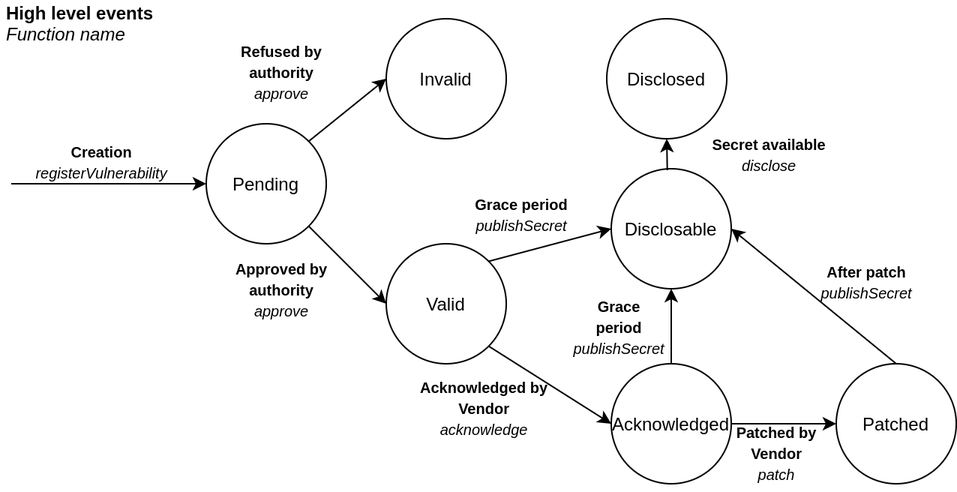
SOFIE-project/ARD-Implementation keeps this draw.io diagram as images/StateMachine.png. Above is the earlier version. Source tidied: cells renumbered, new cells last; positions are measured from the earlier drawing's top-left corner, leaving out a move shared by most shapes. The source it was exported from:
```xml
<mxGraphModel>
  <root>
    <mxCell id="0" />
    <mxCell id="1" parent="0" />
    <mxCell id="2" value="Pending" style="ellipse;whiteSpace=wrap;html=1;" parent="1" vertex="1">
      <mxGeometry x="135" y="82" width="80" height="80" as="geometry" />
    </mxCell>
    <mxCell id="3" value="Invalid" style="ellipse;whiteSpace=wrap;html=1;" parent="1" vertex="1">
      <mxGeometry x="255" y="12" width="80" height="80" as="geometry" />
    </mxCell>
    <mxCell id="4" value="Valid" style="ellipse;whiteSpace=wrap;html=1;" parent="1" vertex="1">
      <mxGeometry x="255" y="162" width="80" height="80" as="geometry" />
    </mxCell>
    <mxCell id="5" value="Acknowledged" style="ellipse;whiteSpace=wrap;html=1;" parent="1" vertex="1">
      <mxGeometry x="405" y="242" width="80" height="80" as="geometry" />
    </mxCell>
    <mxCell id="6" value="Patched" style="ellipse;whiteSpace=wrap;html=1;" parent="1" vertex="1">
      <mxGeometry x="555" y="242" width="80" height="80" as="geometry" />
    </mxCell>
    <mxCell id="7" value="Disclosable" style="ellipse;whiteSpace=wrap;html=1;" parent="1" vertex="1">
      <mxGeometry x="405" y="112" width="80" height="80" as="geometry" />
    </mxCell>
    <mxCell id="8" style="endArrow=classic;html=1;exitX=1;exitY=0;exitDx=0;exitDy=0;entryX=0;entryY=0.5;entryDx=0;entryDy=0;" parent="1" edge="1" source="2" target="3">
      <mxGeometry relative="1" as="geometry" />
    </mxCell>
    <mxCell id="9" style="endArrow=classic;html=1;exitX=1;exitY=1;exitDx=0;exitDy=0;entryX=0;entryY=0.5;entryDx=0;entryDy=0;" parent="1" edge="1" source="2" target="4">
      <mxGeometry relative="1" as="geometry" />
    </mxCell>
    <mxCell id="10" style="endArrow=classic;html=1;entryX=0;entryY=0.5;entryDx=0;entryDy=0;" parent="1" edge="1" target="2">
      <mxGeometry relative="1" as="geometry">
        <mxPoint x="5" y="122" as="sourcePoint" />
      </mxGeometry>
    </mxCell>
    <mxCell id="11" style="endArrow=classic;html=1;exitX=1;exitY=0;exitDx=0;exitDy=0;entryX=0;entryY=0.5;entryDx=0;entryDy=0;" parent="1" edge="1" source="4" target="7">
      <mxGeometry relative="1" as="geometry" />
    </mxCell>
    <mxCell id="12" style="endArrow=classic;html=1;exitX=1;exitY=1;exitDx=0;exitDy=0;entryX=0;entryY=0.5;entryDx=0;entryDy=0;" parent="1" edge="1" source="4" target="5">
      <mxGeometry relative="1" as="geometry" />
    </mxCell>
    <mxCell id="13" style="endArrow=classic;html=1;exitX=1;exitY=0.5;exitDx=0;exitDy=0;entryX=0;entryY=0.5;entryDx=0;entryDy=0;" parent="1" edge="1" source="5" target="6">
      <mxGeometry relative="1" as="geometry" />
    </mxCell>
    <mxCell id="14" style="endArrow=classic;html=1;exitX=0.5;exitY=0;exitDx=0;exitDy=0;entryX=0.5;entryY=1;entryDx=0;entryDy=0;" parent="1" edge="1" source="5" target="7">
      <mxGeometry relative="1" as="geometry" />
    </mxCell>
    <mxCell id="15" style="endArrow=classic;html=1;exitX=0.5;exitY=0;exitDx=0;exitDy=0;entryX=1;entryY=0.5;entryDx=0;entryDy=0;" parent="1" edge="1" source="6" target="7">
      <mxGeometry relative="1" as="geometry" />
    </mxCell>
    <mxCell id="16" value="&lt;font style=&quot;font-size: 10px&quot;&gt;&lt;b&gt;Creation&lt;/b&gt;&lt;br&gt;&lt;i&gt;registerVulnerability&lt;/i&gt;&lt;/font&gt;" style="text;html=1;align=center;verticalAlign=middle;" parent="1" vertex="1">
      <mxGeometry x="15" y="87" width="100" height="40" as="geometry" />
    </mxCell>
    <mxCell id="17" value="&lt;font style=&quot;font-size: 10px&quot;&gt;&lt;b&gt;Refused by&lt;br&gt;authority&lt;/b&gt;&lt;br&gt;&lt;i&gt;approve&lt;/i&gt;&lt;/font&gt;" style="text;html=1;align=center;verticalAlign=middle;" parent="1" vertex="1">
      <mxGeometry x="150" y="22" width="70" height="50" as="geometry" />
    </mxCell>
    <mxCell id="18" value="&lt;font style=&quot;font-size: 10px&quot;&gt;&lt;b&gt;Approved by&lt;br&gt;authority&lt;/b&gt;&lt;br&gt;&lt;i&gt;approve&lt;/i&gt;&lt;/font&gt;" style="text;html=1;align=center;verticalAlign=middle;" parent="1" vertex="1">
      <mxGeometry x="145" y="167" width="80" height="50" as="geometry" />
    </mxCell>
    <mxCell id="19" value="&lt;font style=&quot;font-size: 10px&quot;&gt;&lt;b&gt;Acknowledged by&lt;br&gt;Vendor&lt;/b&gt;&lt;br&gt;&lt;i&gt;acknowledge&lt;/i&gt;&lt;/font&gt;" style="text;html=1;align=center;verticalAlign=middle;" parent="1" vertex="1">
      <mxGeometry x="270" y="246" width="100" height="50" as="geometry" />
    </mxCell>
    <mxCell id="20" value="&lt;font style=&quot;font-size: 10px&quot;&gt;&lt;b&gt;Patched by&lt;br&gt;Vendor&lt;/b&gt;&lt;/font&gt;&lt;br&gt;&lt;i&gt;&lt;span style=&quot;font-size: 10px&quot;&gt;patch&lt;/span&gt;&lt;/i&gt;" style="text;html=1;align=center;verticalAlign=middle;" parent="1" vertex="1">
      <mxGeometry x="480" y="276" width="70" height="50" as="geometry" />
    </mxCell>
    <mxCell id="21" value="&lt;font&gt;&lt;b style=&quot;font-size: 10px&quot;&gt;Grace period&lt;/b&gt;&lt;br&gt;&lt;span style=&quot;font-size: 10px&quot;&gt;&lt;i&gt;publishSecret&lt;/i&gt;&lt;/span&gt;&lt;br&gt;&lt;/font&gt;" style="text;html=1;align=center;verticalAlign=middle;" parent="1" vertex="1">
      <mxGeometry x="305" y="122" width="80" height="40" as="geometry" />
    </mxCell>
    <mxCell id="22" value="&lt;font&gt;&lt;b style=&quot;font-size: 10px&quot;&gt;Grace&lt;br&gt;period&lt;/b&gt;&lt;br&gt;&lt;span style=&quot;font-size: 10px&quot;&gt;&lt;i&gt;publishSecret&lt;/i&gt;&lt;/span&gt;&lt;br&gt;&lt;/font&gt;" style="text;html=1;align=center;verticalAlign=middle;" parent="1" vertex="1">
      <mxGeometry x="370" y="192" width="80" height="50" as="geometry" />
    </mxCell>
    <mxCell id="23" value="&lt;font&gt;&lt;b style=&quot;font-size: 10px&quot;&gt;After patch&lt;/b&gt;&lt;br&gt;&lt;span style=&quot;font-size: 10px&quot;&gt;&lt;i&gt;publishSecret&lt;/i&gt;&lt;/span&gt;&lt;br&gt;&lt;/font&gt;" style="text;html=1;align=center;verticalAlign=middle;" parent="1" vertex="1">
      <mxGeometry x="535" y="167" width="80" height="40" as="geometry" />
    </mxCell>
    <mxCell id="24" value="&lt;b&gt;High level events&lt;/b&gt;&lt;br&gt;&lt;i&gt;Function name&lt;/i&gt;" style="text;html=1;align=left;verticalAlign=middle;" parent="1" vertex="1">
      <mxGeometry width="110" height="30" as="geometry" />
    </mxCell>
    <mxCell id="25" value="Disclosed" style="ellipse;whiteSpace=wrap;html=1;" parent="1" vertex="1">
      <mxGeometry x="402" y="12" width="80" height="80" as="geometry" />
    </mxCell>
    <mxCell id="26" style="endArrow=classic;html=1;exitX=0.467;exitY=0.012;exitDx=0;exitDy=0;exitPerimeter=0;entryX=0.5;entryY=1;entryDx=0;entryDy=0;" parent="1" edge="1" source="7" target="25">
      <mxGeometry relative="1" as="geometry" />
    </mxCell>
    <mxCell id="27" value="&lt;font&gt;&lt;span style=&quot;font-size: 10px&quot;&gt;&lt;b&gt;Secret available&lt;br&gt;&lt;/b&gt;&lt;i&gt;disclose&lt;/i&gt;&lt;/span&gt;&lt;br&gt;&lt;/font&gt;" style="text;html=1;align=center;verticalAlign=middle;" parent="1" vertex="1">
      <mxGeometry x="465" y="82" width="90" height="40" as="geometry" />
    </mxCell>
  </root>
</mxGraphModel>
```
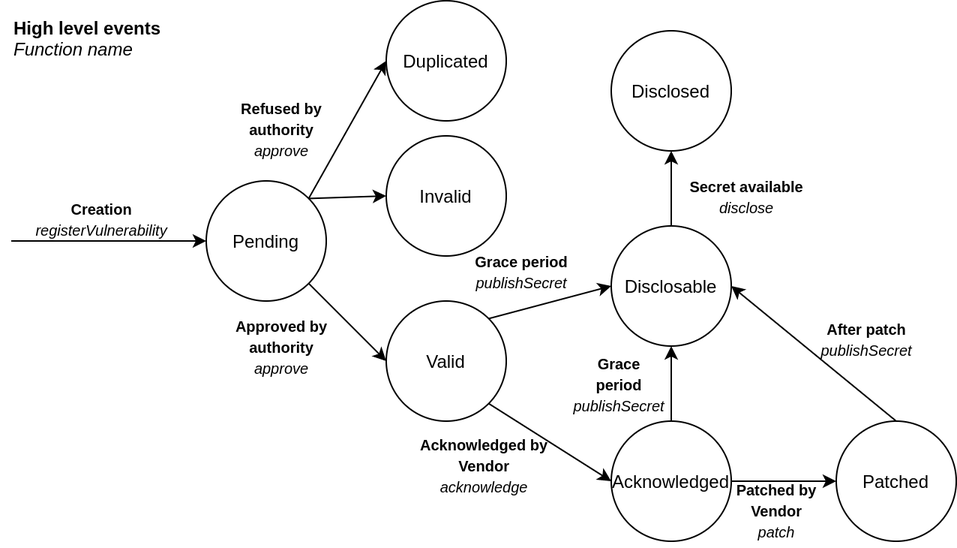
Later version of the same file.

The edit, as a diff of the source:
```diff
@@ -6,7 +6,7 @@
       <mxGeometry x="135" y="82" width="80" height="80" as="geometry" />
     </mxCell>
     <mxCell id="3" value="Invalid" style="ellipse;whiteSpace=wrap;html=1;" parent="1" vertex="1">
-      <mxGeometry x="255" y="12" width="80" height="80" as="geometry" />
+      <mxGeometry x="255" y="52" width="80" height="80" as="geometry" />
     </mxCell>
     <mxCell id="4" value="Valid" style="ellipse;whiteSpace=wrap;html=1;" parent="1" vertex="1">
       <mxGeometry x="255" y="162" width="80" height="80" as="geometry" />
@@ -71,16 +71,22 @@
       <mxGeometry x="535" y="167" width="80" height="40" as="geometry" />
     </mxCell>
     <mxCell id="24" value="&lt;b&gt;High level events&lt;/b&gt;&lt;br&gt;&lt;i&gt;Function name&lt;/i&gt;" style="text;html=1;align=left;verticalAlign=middle;" parent="1" vertex="1">
-      <mxGeometry width="110" height="30" as="geometry" />
+      <mxGeometry x="5" y="-28" width="110" height="30" as="geometry" />
     </mxCell>
     <mxCell id="25" value="Disclosed" style="ellipse;whiteSpace=wrap;html=1;" parent="1" vertex="1">
-      <mxGeometry x="402" y="12" width="80" height="80" as="geometry" />
+      <mxGeometry x="405" y="-18" width="80" height="80" as="geometry" />
     </mxCell>
-    <mxCell id="26" style="endArrow=classic;html=1;exitX=0.467;exitY=0.012;exitDx=0;exitDy=0;exitPerimeter=0;entryX=0.5;entryY=1;entryDx=0;entryDy=0;" parent="1" edge="1" source="7" target="25">
+    <mxCell id="26" style="endArrow=classic;html=1;entryX=0.5;entryY=1;entryDx=0;entryDy=0;exitX=0.5;exitY=0;exitDx=0;exitDy=0;" parent="1" edge="1" source="7" target="25">
       <mxGeometry relative="1" as="geometry" />
     </mxCell>
     <mxCell id="27" value="&lt;font&gt;&lt;span style=&quot;font-size: 10px&quot;&gt;&lt;b&gt;Secret available&lt;br&gt;&lt;/b&gt;&lt;i&gt;disclose&lt;/i&gt;&lt;/span&gt;&lt;br&gt;&lt;/font&gt;" style="text;html=1;align=center;verticalAlign=middle;" parent="1" vertex="1">
-      <mxGeometry x="465" y="82" width="90" height="40" as="geometry" />
+      <mxGeometry x="450" y="72" width="90" height="40" as="geometry" />
     </mxCell>
+    <mxCell id="28" value="Duplicated" style="ellipse;whiteSpace=wrap;html=1;" parent="1" vertex="1">
+      <mxGeometry x="255" y="-38" width="80" height="80" as="geometry" />
+    </mxCell>
+    <mxCell id="29" style="endArrow=classic;html=1;exitX=1;exitY=0;exitDx=0;exitDy=0;entryX=0;entryY=0.5;entryDx=0;entryDy=0;" parent="1" edge="1" source="2" target="28">
+      <mxGeometry relative="1" as="geometry" />
+    </mxCell>
   </root>
 </mxGraphModel>
```
